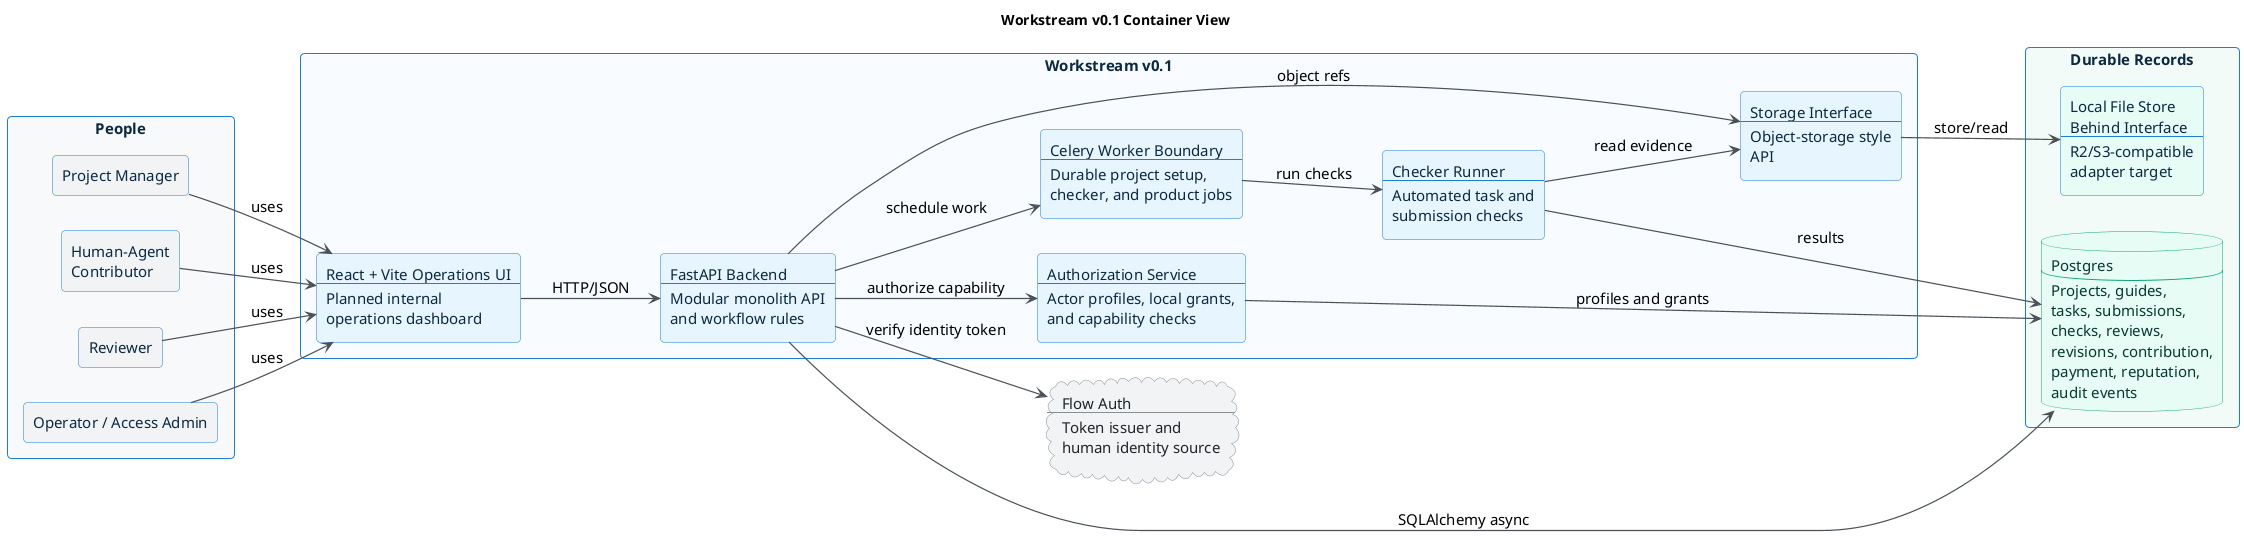
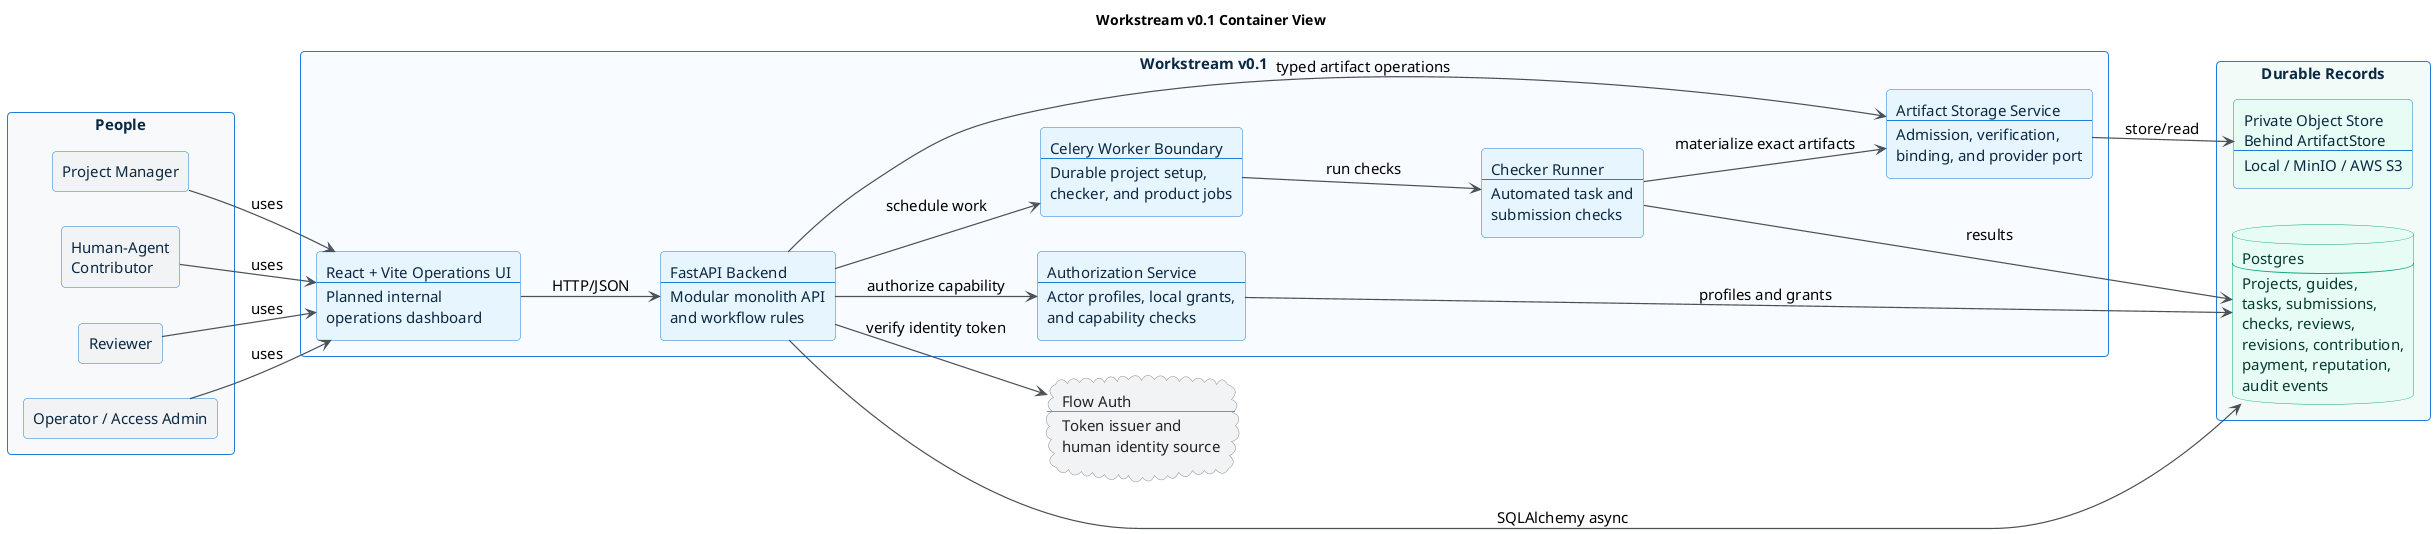
@startuml workstream_v01_container
title Workstream v0.1 Container View

left to right direction

skinparam backgroundColor #FFFFFF
skinparam shadowing false
skinparam roundcorner 8
skinparam defaultFontName Arial
skinparam defaultFontSize 15
skinparam ArrowColor #495057
skinparam ArrowThickness 1.2
skinparam packageStyle rectangle
skinparam rectangle {
  BorderColor #1C7ED6
  BackgroundColor #E7F5FF
  FontColor #0B2942
}
skinparam database {
  BorderColor #0CA678
  BackgroundColor #E6FCF5
  FontColor #063B2C
}
skinparam cloud {
  BorderColor #868E96
  BackgroundColor #F1F3F5
  FontColor #212529
}

package "People" #F8F9FA {
  rectangle "Project Manager" as project_manager #F1F3F5
  rectangle "Human-Agent\nContributor" as contributor #F1F3F5
  rectangle "Reviewer" as reviewer #F1F3F5
  rectangle "Operator / Access Admin" as operator #F1F3F5
}

cloud "Flow Auth\n----\nToken issuer and\nhuman identity source" as flow_auth

package "Workstream v0.1" #F8FBFF {
  rectangle "React + Vite Operations UI\n----\nPlanned internal\noperations dashboard" as frontend
  rectangle "FastAPI Backend\n----\nModular monolith API\nand workflow rules" as api
  rectangle "Authorization Service\n----\nActor profiles, local grants,\nand capability checks" as authorization
  rectangle "Celery Worker Boundary\n----\nDurable project setup,\nchecker, and product jobs" as jobs
  rectangle "Checker Runner\n----\nAutomated task and\nsubmission checks" as checker
-   rectangle "Storage Interface\n----\nObject-storage style\nAPI" as storage_adapter
+   rectangle "Artifact Storage Service\n----\nAdmission, verification,\nbinding, and provider port" as storage_adapter
}

package "Durable Records" #F2FBF7 {
  database "Postgres\n----\nProjects, guides,\ntasks, submissions,\nchecks, reviews,\nrevisions, contribution,\npayment, reputation,\naudit events" as postgres
-   rectangle "Local File Store\nBehind Interface\n----\nR2/S3-compatible\nadapter target" as file_store #E6FCF5
+   rectangle "Private Object Store\nBehind ArtifactStore\n----\nLocal / MinIO / AWS S3" as file_store #E6FCF5
}

project_manager --> frontend : uses
contributor --> frontend : uses
reviewer --> frontend : uses
operator --> frontend : uses

frontend --> api : HTTP/JSON
api --> flow_auth : verify identity token
api --> authorization : authorize capability
authorization --> postgres : profiles and grants
api --> postgres : SQLAlchemy async
- api --> storage_adapter : object refs
+ api --> storage_adapter : typed artifact operations
api --> jobs : schedule work
jobs --> checker : run checks
checker --> postgres : results
- checker --> storage_adapter : read evidence
+ checker --> storage_adapter : materialize exact artifacts
storage_adapter --> file_store : store/read

@enduml
